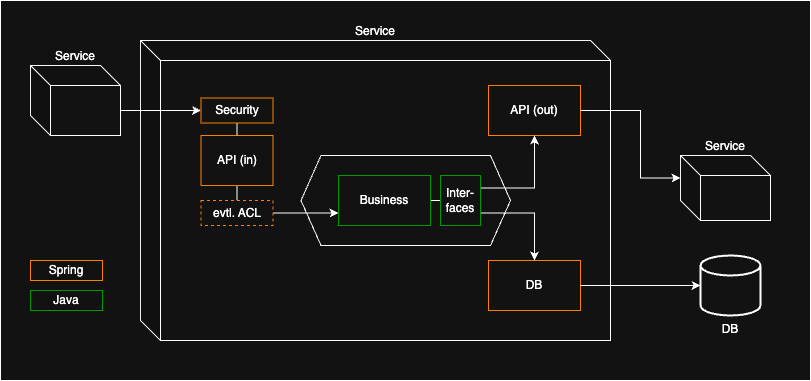
This is images/project-architecture-guide-step-5.drawio.png from coc-university/software-architecture-guide, a draw.io export, as it was before one commit. Source tidied: cells renumbered, new cells last; positions are measured from the earlier drawing's top-left corner, leaving out a move shared by most shapes. Its diagram source:
```xml
<mxGraphModel>
  <root>
    <mxCell id="0" />
    <mxCell id="1" parent="0" />
    <mxCell id="2" style="rounded=0;whiteSpace=wrap;html=1;" parent="1" vertex="1">
      <mxGeometry width="810" height="380" as="geometry" />
    </mxCell>
    <mxCell id="3" value="Service" style="shape=cube;whiteSpace=wrap;html=1;boundedLbl=1;backgroundOutline=1;darkOpacity=0.05;darkOpacity2=0.1;labelPosition=center;verticalLabelPosition=top;align=center;verticalAlign=bottom;" parent="1" vertex="1">
      <mxGeometry x="140" y="40" width="470" height="300" as="geometry" />
    </mxCell>
    <mxCell id="4" style="shape=hexagon;perimeter=hexagonPerimeter2;whiteSpace=wrap;html=1;fixedSize=1;" parent="1" vertex="1">
      <mxGeometry x="300.5" y="155" width="209.5" height="90" as="geometry" />
    </mxCell>
    <mxCell id="5" style="edgeStyle=orthogonalEdgeStyle;rounded=0;jettySize=auto;html=1;exitX=0.5;exitY=1;exitDx=0;exitDy=0;entryX=0.5;entryY=0;entryDx=0;entryDy=0;endArrow=none;startFill=0;" parent="1" edge="1" source="6" target="21">
      <mxGeometry relative="1" as="geometry" />
    </mxCell>
    <mxCell id="6" value="API (in)" style="rounded=0;whiteSpace=wrap;html=1;labelPosition=center;verticalLabelPosition=middle;align=center;verticalAlign=middle;strokeColor=light-dark(#000000,#FF8000);" parent="1" vertex="1">
      <mxGeometry x="200.5" y="135" width="72" height="50" as="geometry" />
    </mxCell>
    <mxCell id="7" value="API (out)" style="rounded=0;whiteSpace=wrap;html=1;labelPosition=center;verticalLabelPosition=middle;align=center;verticalAlign=middle;strokeColor=light-dark(#000000,#FF8000);" parent="1" vertex="1">
      <mxGeometry x="488" y="85" width="92" height="50" as="geometry" />
    </mxCell>
    <mxCell id="8" style="edgeStyle=orthogonalEdgeStyle;rounded=0;jettySize=auto;html=1;exitX=1;exitY=0.5;exitDx=0;exitDy=0;entryX=0;entryY=0.5;entryDx=0;entryDy=0;endArrow=none;startFill=0;" parent="1" edge="1" source="9" target="19">
      <mxGeometry relative="1" as="geometry" />
    </mxCell>
    <mxCell id="9" value="Business" style="rounded=0;whiteSpace=wrap;html=1;labelPosition=center;verticalLabelPosition=middle;align=center;verticalAlign=middle;strokeColor=light-dark(#000000,#009900);" parent="1" vertex="1">
      <mxGeometry x="338" y="175" width="92" height="50" as="geometry" />
    </mxCell>
    <mxCell id="10" value="DB" style="rounded=0;whiteSpace=wrap;html=1;labelPosition=center;verticalLabelPosition=middle;align=center;verticalAlign=middle;strokeColor=light-dark(#000000,#FF8000);" parent="1" vertex="1">
      <mxGeometry x="488" y="260" width="92" height="50" as="geometry" />
    </mxCell>
    <mxCell id="11" value="Service" style="shape=cube;whiteSpace=wrap;html=1;boundedLbl=1;backgroundOutline=1;darkOpacity=0.05;darkOpacity2=0.1;labelPosition=center;verticalLabelPosition=top;align=center;verticalAlign=bottom;" parent="1" vertex="1">
      <mxGeometry x="680" y="155" width="90" height="65" as="geometry" />
    </mxCell>
    <mxCell id="12" value="DB" style="strokeWidth=2;html=1;shape=mxgraph.flowchart.database;whiteSpace=wrap;labelPosition=center;verticalLabelPosition=bottom;align=center;verticalAlign=top;" parent="1" vertex="1">
      <mxGeometry x="700" y="255" width="60" height="60" as="geometry" />
    </mxCell>
    <mxCell id="13" style="edgeStyle=orthogonalEdgeStyle;rounded=0;jettySize=auto;html=1;exitX=1;exitY=0.5;exitDx=0;exitDy=0;entryX=0;entryY=0.5;entryDx=0;entryDy=0;entryPerimeter=0;" parent="1" edge="1" source="10" target="12">
      <mxGeometry relative="1" as="geometry" />
    </mxCell>
    <mxCell id="14" style="edgeStyle=orthogonalEdgeStyle;rounded=0;jettySize=auto;html=1;exitX=1;exitY=0.5;exitDx=0;exitDy=0;entryX=0;entryY=0;entryDx=0;entryDy=22.5;entryPerimeter=0;" parent="1" edge="1" source="7" target="11">
      <mxGeometry relative="1" as="geometry">
        <Array as="points">
          <mxPoint x="640" y="110" />
          <mxPoint x="640" y="178" />
          <mxPoint x="680" y="178" />
        </Array>
      </mxGeometry>
    </mxCell>
    <mxCell id="15" style="edgeStyle=orthogonalEdgeStyle;rounded=0;jettySize=auto;html=1;exitX=0;exitY=0;exitDx=90;exitDy=45;exitPerimeter=0;entryX=0;entryY=0.5;entryDx=0;entryDy=0;" parent="1" edge="1" source="16" target="23">
      <mxGeometry relative="1" as="geometry" />
    </mxCell>
    <mxCell id="16" value="Service" style="shape=cube;whiteSpace=wrap;html=1;boundedLbl=1;backgroundOutline=1;darkOpacity=0.05;darkOpacity2=0.1;labelPosition=center;verticalLabelPosition=top;align=center;verticalAlign=bottom;" parent="1" vertex="1">
      <mxGeometry x="30" y="65" width="90" height="70" as="geometry" />
    </mxCell>
    <mxCell id="17" style="edgeStyle=orthogonalEdgeStyle;rounded=0;jettySize=auto;html=1;exitX=1;exitY=0.25;exitDx=0;exitDy=0;entryX=0.5;entryY=1;entryDx=0;entryDy=0;" parent="1" edge="1" source="19" target="7">
      <mxGeometry relative="1" as="geometry" />
    </mxCell>
    <mxCell id="18" style="edgeStyle=orthogonalEdgeStyle;rounded=0;jettySize=auto;html=1;exitX=1;exitY=0.75;exitDx=0;exitDy=0;entryX=0.5;entryY=0;entryDx=0;entryDy=0;" parent="1" edge="1" source="19" target="10">
      <mxGeometry relative="1" as="geometry" />
    </mxCell>
    <mxCell id="19" value="Inter-&lt;div&gt;faces&lt;/div&gt;" style="rounded=0;whiteSpace=wrap;html=1;labelPosition=center;verticalLabelPosition=middle;align=center;verticalAlign=middle;strokeColor=light-dark(#000000,#009900);" parent="1" vertex="1">
      <mxGeometry x="440" y="175" width="40" height="50" as="geometry" />
    </mxCell>
    <mxCell id="20" style="edgeStyle=orthogonalEdgeStyle;rounded=0;jettySize=auto;html=1;exitX=1;exitY=0.5;exitDx=0;exitDy=0;entryX=0;entryY=0.75;entryDx=0;entryDy=0;" parent="1" edge="1" source="21" target="9">
      <mxGeometry relative="1" as="geometry" />
    </mxCell>
    <mxCell id="21" value="evtl. ACL" style="rounded=0;whiteSpace=wrap;html=1;labelPosition=center;verticalLabelPosition=middle;align=center;verticalAlign=middle;strokeColor=light-dark(#000000,#FF8000);dashed=1;" parent="1" vertex="1">
      <mxGeometry x="200.5" y="200" width="72" height="25" as="geometry" />
    </mxCell>
    <mxCell id="22" style="edgeStyle=orthogonalEdgeStyle;rounded=0;jettySize=auto;html=1;exitX=0.5;exitY=1;exitDx=0;exitDy=0;entryX=0.5;entryY=0;entryDx=0;entryDy=0;endArrow=none;startFill=0;" parent="1" edge="1" source="23" target="6">
      <mxGeometry relative="1" as="geometry" />
    </mxCell>
    <mxCell id="23" value="Security" style="rounded=0;whiteSpace=wrap;html=1;labelPosition=center;verticalLabelPosition=middle;align=center;verticalAlign=middle;strokeColor=light-dark(#000000,#FF8000);" parent="1" vertex="1">
      <mxGeometry x="200.5" y="97.5" width="72" height="25" as="geometry" />
    </mxCell>
    <mxCell id="24" value="Spring" style="rounded=0;whiteSpace=wrap;html=1;labelPosition=center;verticalLabelPosition=middle;align=center;verticalAlign=middle;strokeColor=light-dark(#000000,#FF8000);" parent="1" vertex="1">
      <mxGeometry x="30" y="260" width="72" height="20" as="geometry" />
    </mxCell>
    <mxCell id="25" value="Java" style="rounded=0;whiteSpace=wrap;html=1;labelPosition=center;verticalLabelPosition=middle;align=center;verticalAlign=middle;strokeColor=light-dark(#000000,#009900);" parent="1" vertex="1">
      <mxGeometry x="30" y="290" width="72" height="20" as="geometry" />
    </mxCell>
  </root>
</mxGraphModel>
```
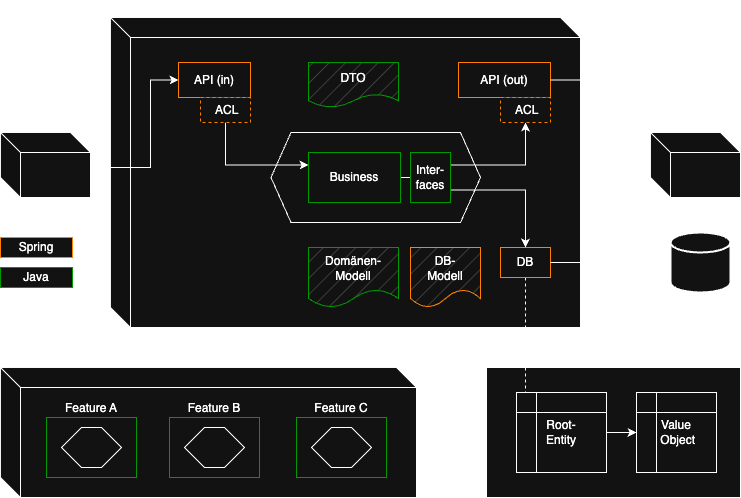
The same file after the commit.

Diff of the diagram source:
```diff
@@ -2,23 +2,20 @@
   <root>
     <mxCell id="0" />
     <mxCell id="1" parent="0" />
-    <mxCell id="2" style="rounded=0;whiteSpace=wrap;html=1;" parent="1" vertex="1">
-      <mxGeometry width="810" height="380" as="geometry" />
-    </mxCell>
-    <mxCell id="3" value="Service" style="shape=cube;whiteSpace=wrap;html=1;boundedLbl=1;backgroundOutline=1;darkOpacity=0.05;darkOpacity2=0.1;labelPosition=center;verticalLabelPosition=top;align=center;verticalAlign=bottom;" parent="1" vertex="1">
-      <mxGeometry x="140" y="40" width="470" height="300" as="geometry" />
-    </mxCell>
-    <mxCell id="4" style="shape=hexagon;perimeter=hexagonPerimeter2;whiteSpace=wrap;html=1;fixedSize=1;" parent="1" vertex="1">
-      <mxGeometry x="300.5" y="155" width="209.5" height="90" as="geometry" />
-    </mxCell>
-    <mxCell id="5" style="edgeStyle=orthogonalEdgeStyle;rounded=0;jettySize=auto;html=1;exitX=0.5;exitY=1;exitDx=0;exitDy=0;entryX=0.5;entryY=0;entryDx=0;entryDy=0;endArrow=none;startFill=0;" parent="1" edge="1" source="6" target="21">
-      <mxGeometry relative="1" as="geometry" />
-    </mxCell>
+    <mxCell id="26" value="Aggregate" style="rounded=0;whiteSpace=wrap;html=1;labelPosition=center;verticalLabelPosition=top;align=center;verticalAlign=bottom;" parent="1" vertex="1">
+      <mxGeometry x="516" y="390" width="254" height="130" as="geometry" />
+    </mxCell>
+    <mxCell id="27" value="Service" style="shape=cube;whiteSpace=wrap;html=1;boundedLbl=1;backgroundOutline=1;darkOpacity=0.05;darkOpacity2=0.1;labelPosition=center;verticalLabelPosition=top;align=center;verticalAlign=bottom;" parent="1" vertex="1">
+      <mxGeometry x="140" y="40" width="470" height="310" as="geometry" />
+    </mxCell>
+    <mxCell id="28" style="shape=hexagon;perimeter=hexagonPerimeter2;whiteSpace=wrap;html=1;fixedSize=1;" parent="1" vertex="1">
+      <mxGeometry x="300.5" y="155" width="209.5" height="90" as="geometry" />
+    </mxCell>
     <mxCell id="6" value="API (in)" style="rounded=0;whiteSpace=wrap;html=1;labelPosition=center;verticalLabelPosition=middle;align=center;verticalAlign=middle;strokeColor=light-dark(#000000,#FF8000);" parent="1" vertex="1">
-      <mxGeometry x="200.5" y="135" width="72" height="50" as="geometry" />
+      <mxGeometry x="208" y="85" width="72" height="35" as="geometry" />
     </mxCell>
     <mxCell id="7" value="API (out)" style="rounded=0;whiteSpace=wrap;html=1;labelPosition=center;verticalLabelPosition=middle;align=center;verticalAlign=middle;strokeColor=light-dark(#000000,#FF8000);" parent="1" vertex="1">
-      <mxGeometry x="488" y="85" width="92" height="50" as="geometry" />
+      <mxGeometry x="488" y="85" width="92" height="35" as="geometry" />
     </mxCell>
     <mxCell id="8" style="edgeStyle=orthogonalEdgeStyle;rounded=0;jettySize=auto;html=1;exitX=1;exitY=0.5;exitDx=0;exitDy=0;entryX=0;entryY=0.5;entryDx=0;entryDy=0;endArrow=none;startFill=0;" parent="1" edge="1" source="9" target="19">
       <mxGeometry relative="1" as="geometry" />
@@ -26,59 +23,106 @@
     <mxCell id="9" value="Business" style="rounded=0;whiteSpace=wrap;html=1;labelPosition=center;verticalLabelPosition=middle;align=center;verticalAlign=middle;strokeColor=light-dark(#000000,#009900);" parent="1" vertex="1">
       <mxGeometry x="338" y="175" width="92" height="50" as="geometry" />
     </mxCell>
+    <mxCell id="29" style="edgeStyle=orthogonalEdgeStyle;rounded=0;jettySize=auto;html=1;exitX=0.5;exitY=1;exitDx=0;exitDy=0;entryX=0.25;entryY=0;entryDx=0;entryDy=0;endArrow=none;startFill=0;dashed=1;" parent="1" edge="1" source="10" target="43">
+      <mxGeometry relative="1" as="geometry">
+        <Array as="points">
+          <mxPoint x="555" y="415" />
+        </Array>
+      </mxGeometry>
+    </mxCell>
     <mxCell id="10" value="DB" style="rounded=0;whiteSpace=wrap;html=1;labelPosition=center;verticalLabelPosition=middle;align=center;verticalAlign=middle;strokeColor=light-dark(#000000,#FF8000);" parent="1" vertex="1">
-      <mxGeometry x="488" y="260" width="92" height="50" as="geometry" />
+      <mxGeometry x="530" y="270" width="50" height="30" as="geometry" />
     </mxCell>
-    <mxCell id="11" value="Service" style="shape=cube;whiteSpace=wrap;html=1;boundedLbl=1;backgroundOutline=1;darkOpacity=0.05;darkOpacity2=0.1;labelPosition=center;verticalLabelPosition=top;align=center;verticalAlign=bottom;" parent="1" vertex="1">
-      <mxGeometry x="680" y="155" width="90" height="65" as="geometry" />
-    </mxCell>
+    <mxCell id="30" value="Service" style="shape=cube;whiteSpace=wrap;html=1;boundedLbl=1;backgroundOutline=1;darkOpacity=0.05;darkOpacity2=0.1;labelPosition=center;verticalLabelPosition=top;align=center;verticalAlign=bottom;" parent="1" vertex="1">
+      <mxGeometry x="680" y="155" width="90" height="65" as="geometry" />
+    </mxCell>
     <mxCell id="12" value="DB" style="strokeWidth=2;html=1;shape=mxgraph.flowchart.database;whiteSpace=wrap;labelPosition=center;verticalLabelPosition=bottom;align=center;verticalAlign=top;" parent="1" vertex="1">
       <mxGeometry x="700" y="255" width="60" height="60" as="geometry" />
     </mxCell>
     <mxCell id="13" style="edgeStyle=orthogonalEdgeStyle;rounded=0;jettySize=auto;html=1;exitX=1;exitY=0.5;exitDx=0;exitDy=0;entryX=0;entryY=0.5;entryDx=0;entryDy=0;entryPerimeter=0;" parent="1" edge="1" source="10" target="12">
       <mxGeometry relative="1" as="geometry" />
     </mxCell>
-    <mxCell id="14" style="edgeStyle=orthogonalEdgeStyle;rounded=0;jettySize=auto;html=1;exitX=1;exitY=0.5;exitDx=0;exitDy=0;entryX=0;entryY=0;entryDx=0;entryDy=22.5;entryPerimeter=0;" parent="1" edge="1" source="7" target="11">
-      <mxGeometry relative="1" as="geometry">
-        <Array as="points">
-          <mxPoint x="640" y="110" />
-          <mxPoint x="640" y="178" />
-          <mxPoint x="680" y="178" />
-        </Array>
-      </mxGeometry>
-    </mxCell>
-    <mxCell id="15" style="edgeStyle=orthogonalEdgeStyle;rounded=0;jettySize=auto;html=1;exitX=0;exitY=0;exitDx=90;exitDy=45;exitPerimeter=0;entryX=0;entryY=0.5;entryDx=0;entryDy=0;" parent="1" edge="1" source="16" target="23">
-      <mxGeometry relative="1" as="geometry" />
-    </mxCell>
-    <mxCell id="16" value="Service" style="shape=cube;whiteSpace=wrap;html=1;boundedLbl=1;backgroundOutline=1;darkOpacity=0.05;darkOpacity2=0.1;labelPosition=center;verticalLabelPosition=top;align=center;verticalAlign=bottom;" parent="1" vertex="1">
-      <mxGeometry x="30" y="65" width="90" height="70" as="geometry" />
-    </mxCell>
-    <mxCell id="17" style="edgeStyle=orthogonalEdgeStyle;rounded=0;jettySize=auto;html=1;exitX=1;exitY=0.25;exitDx=0;exitDy=0;entryX=0.5;entryY=1;entryDx=0;entryDy=0;" parent="1" edge="1" source="19" target="7">
-      <mxGeometry relative="1" as="geometry" />
-    </mxCell>
+    <mxCell id="31" style="edgeStyle=orthogonalEdgeStyle;rounded=0;jettySize=auto;html=1;exitX=1;exitY=0.5;exitDx=0;exitDy=0;entryX=0;entryY=0;entryDx=0;entryDy=22.5;entryPerimeter=0;" parent="1" edge="1" source="7" target="30">
+      <mxGeometry relative="1" as="geometry">
+        <Array as="points">
+          <mxPoint x="650" y="103" />
+          <mxPoint x="650" y="178" />
+        </Array>
+      </mxGeometry>
+    </mxCell>
+    <mxCell id="32" style="edgeStyle=orthogonalEdgeStyle;rounded=0;jettySize=auto;html=1;exitX=0;exitY=0;exitDx=90;exitDy=45;exitPerimeter=0;entryX=0;entryY=0.5;entryDx=0;entryDy=0;" parent="1" edge="1" source="33" target="6">
+      <mxGeometry relative="1" as="geometry">
+        <Array as="points">
+          <mxPoint x="180" y="190" />
+          <mxPoint x="180" y="102" />
+        </Array>
+      </mxGeometry>
+    </mxCell>
+    <mxCell id="33" value="Service" style="shape=cube;whiteSpace=wrap;html=1;boundedLbl=1;backgroundOutline=1;darkOpacity=0.05;darkOpacity2=0.1;labelPosition=center;verticalLabelPosition=top;align=center;verticalAlign=bottom;" parent="1" vertex="1">
+      <mxGeometry x="30" y="155" width="90" height="65" as="geometry" />
+    </mxCell>
     <mxCell id="18" style="edgeStyle=orthogonalEdgeStyle;rounded=0;jettySize=auto;html=1;exitX=1;exitY=0.75;exitDx=0;exitDy=0;entryX=0.5;entryY=0;entryDx=0;entryDy=0;" parent="1" edge="1" source="19" target="10">
       <mxGeometry relative="1" as="geometry" />
     </mxCell>
+    <mxCell id="34" style="edgeStyle=orthogonalEdgeStyle;rounded=0;jettySize=auto;html=1;exitX=1;exitY=0.25;exitDx=0;exitDy=0;" parent="1" edge="1" source="19" target="36">
+      <mxGeometry relative="1" as="geometry" />
+    </mxCell>
     <mxCell id="19" value="Inter-&lt;div&gt;faces&lt;/div&gt;" style="rounded=0;whiteSpace=wrap;html=1;labelPosition=center;verticalLabelPosition=middle;align=center;verticalAlign=middle;strokeColor=light-dark(#000000,#009900);" parent="1" vertex="1">
       <mxGeometry x="440" y="175" width="40" height="50" as="geometry" />
     </mxCell>
-    <mxCell id="20" style="edgeStyle=orthogonalEdgeStyle;rounded=0;jettySize=auto;html=1;exitX=1;exitY=0.5;exitDx=0;exitDy=0;entryX=0;entryY=0.75;entryDx=0;entryDy=0;" parent="1" edge="1" source="21" target="9">
-      <mxGeometry relative="1" as="geometry" />
-    </mxCell>
-    <mxCell id="21" value="evtl. ACL" style="rounded=0;whiteSpace=wrap;html=1;labelPosition=center;verticalLabelPosition=middle;align=center;verticalAlign=middle;strokeColor=light-dark(#000000,#FF8000);dashed=1;" parent="1" vertex="1">
-      <mxGeometry x="200.5" y="200" width="72" height="25" as="geometry" />
-    </mxCell>
-    <mxCell id="22" style="edgeStyle=orthogonalEdgeStyle;rounded=0;jettySize=auto;html=1;exitX=0.5;exitY=1;exitDx=0;exitDy=0;entryX=0.5;entryY=0;entryDx=0;entryDy=0;endArrow=none;startFill=0;" parent="1" edge="1" source="23" target="6">
-      <mxGeometry relative="1" as="geometry" />
-    </mxCell>
-    <mxCell id="23" value="Security" style="rounded=0;whiteSpace=wrap;html=1;labelPosition=center;verticalLabelPosition=middle;align=center;verticalAlign=middle;strokeColor=light-dark(#000000,#FF8000);" parent="1" vertex="1">
-      <mxGeometry x="200.5" y="97.5" width="72" height="25" as="geometry" />
-    </mxCell>
     <mxCell id="24" value="Spring" style="rounded=0;whiteSpace=wrap;html=1;labelPosition=center;verticalLabelPosition=middle;align=center;verticalAlign=middle;strokeColor=light-dark(#000000,#FF8000);" parent="1" vertex="1">
       <mxGeometry x="30" y="260" width="72" height="20" as="geometry" />
     </mxCell>
     <mxCell id="25" value="Java" style="rounded=0;whiteSpace=wrap;html=1;labelPosition=center;verticalLabelPosition=middle;align=center;verticalAlign=middle;strokeColor=light-dark(#000000,#009900);" parent="1" vertex="1">
       <mxGeometry x="30" y="290" width="72" height="20" as="geometry" />
     </mxCell>
+    <mxCell id="35" value="Domänen-Modell" style="shape=document;whiteSpace=wrap;html=1;boundedLbl=1;strokeColor=light-dark(#000000,#009900);fillStyle=hatch;fillColor=#4D4D4D;" parent="1" vertex="1">
+      <mxGeometry x="338" y="270" width="90" height="60" as="geometry" />
+    </mxCell>
+    <mxCell id="36" value="&amp;nbsp;&lt;span style=&quot;background-color: transparent; color: light-dark(rgb(0, 0, 0), rgb(255, 255, 255));&quot;&gt;ACL&lt;/span&gt;" style="rounded=0;whiteSpace=wrap;html=1;labelPosition=center;verticalLabelPosition=middle;align=center;verticalAlign=middle;strokeColor=light-dark(#000000,#FF8000);dashed=1;" parent="1" vertex="1">
+      <mxGeometry x="530" y="120" width="50" height="25" as="geometry" />
+    </mxCell>
+    <mxCell id="37" style="edgeStyle=orthogonalEdgeStyle;rounded=0;jettySize=auto;html=1;exitX=0.5;exitY=1;exitDx=0;exitDy=0;entryX=0;entryY=0.25;entryDx=0;entryDy=0;" parent="1" edge="1" source="38" target="9">
+      <mxGeometry relative="1" as="geometry" />
+    </mxCell>
+    <mxCell id="38" value="&amp;nbsp;&lt;span style=&quot;background-color: transparent; color: light-dark(rgb(0, 0, 0), rgb(255, 255, 255));&quot;&gt;ACL&lt;/span&gt;" style="rounded=0;whiteSpace=wrap;html=1;labelPosition=center;verticalLabelPosition=middle;align=center;verticalAlign=middle;strokeColor=light-dark(#000000,#FF8000);dashed=1;" parent="1" vertex="1">
+      <mxGeometry x="230" y="120" width="50" height="25" as="geometry" />
+    </mxCell>
+    <mxCell id="39" value="DTO" style="shape=document;whiteSpace=wrap;html=1;boundedLbl=1;strokeColor=light-dark(#000000,#009900);fillStyle=hatch;fillColor=#4D4D4D;" parent="1" vertex="1">
+      <mxGeometry x="338" y="85" width="90" height="45" as="geometry" />
+    </mxCell>
+    <mxCell id="40" value="DB-&lt;div&gt;Modell&lt;/div&gt;" style="shape=document;whiteSpace=wrap;html=1;boundedLbl=1;strokeColor=light-dark(#000000,#FF8000);fillStyle=hatch;fillColor=#4D4D4D;" parent="1" vertex="1">
+      <mxGeometry x="440" y="270" width="70" height="60" as="geometry" />
+    </mxCell>
+    <mxCell id="41" value="Value&lt;div&gt;&amp;nbsp;Object&lt;/div&gt;" style="shape=internalStorage;whiteSpace=wrap;html=1;backgroundOutline=1;" parent="1" vertex="1">
+      <mxGeometry x="666" y="415" width="80" height="80" as="geometry" />
+    </mxCell>
+    <mxCell id="42" style="edgeStyle=orthogonalEdgeStyle;rounded=0;jettySize=auto;html=1;exitX=1;exitY=0.5;exitDx=0;exitDy=0;entryX=0;entryY=0.5;entryDx=0;entryDy=0;" parent="1" edge="1" source="43" target="41">
+      <mxGeometry relative="1" as="geometry" />
+    </mxCell>
+    <mxCell id="43" value="&lt;div&gt;Root-&lt;/div&gt;&lt;div&gt;Entity&lt;/div&gt;" style="shape=internalStorage;whiteSpace=wrap;html=1;backgroundOutline=1;" parent="1" vertex="1">
+      <mxGeometry x="546" y="415" width="90" height="80" as="geometry" />
+    </mxCell>
+    <mxCell id="44" value="Service" style="shape=cube;whiteSpace=wrap;html=1;boundedLbl=1;backgroundOutline=1;darkOpacity=0.05;darkOpacity2=0.1;labelPosition=center;verticalLabelPosition=top;align=center;verticalAlign=bottom;" parent="1" vertex="1">
+      <mxGeometry x="30" y="390" width="416" height="130" as="geometry" />
+    </mxCell>
+    <mxCell id="45" value="Feature&amp;nbsp;&lt;span style=&quot;background-color: transparent; color: light-dark(rgb(0, 0, 0), rgb(255, 255, 255));&quot;&gt;B&lt;/span&gt;" style="rounded=0;whiteSpace=wrap;html=1;labelPosition=center;verticalLabelPosition=top;align=center;verticalAlign=bottom;strokeColor=light-dark(#000000,#009900);" parent="1" vertex="1">
+      <mxGeometry x="199" y="440" width="90" height="60" as="geometry" />
+    </mxCell>
+    <mxCell id="46" style="shape=hexagon;perimeter=hexagonPerimeter2;whiteSpace=wrap;html=1;fixedSize=1;" parent="1" vertex="1">
+      <mxGeometry x="214" y="450" width="60" height="40" as="geometry" />
+    </mxCell>
+    <mxCell id="47" value="Feature A" style="rounded=0;whiteSpace=wrap;html=1;labelPosition=center;verticalLabelPosition=top;align=center;verticalAlign=bottom;strokeColor=light-dark(#000000,#009900);" parent="1" vertex="1">
+      <mxGeometry x="76" y="440" width="90" height="60" as="geometry" />
+    </mxCell>
+    <mxCell id="48" style="shape=hexagon;perimeter=hexagonPerimeter2;whiteSpace=wrap;html=1;fixedSize=1;" parent="1" vertex="1">
+      <mxGeometry x="91" y="450" width="60" height="40" as="geometry" />
+    </mxCell>
+    <mxCell id="49" value="Feature C" style="rounded=0;whiteSpace=wrap;html=1;labelPosition=center;verticalLabelPosition=top;align=center;verticalAlign=bottom;strokeColor=light-dark(#000000,#009900);" parent="1" vertex="1">
+      <mxGeometry x="326" y="440" width="90" height="60" as="geometry" />
+    </mxCell>
+    <mxCell id="50" style="shape=hexagon;perimeter=hexagonPerimeter2;whiteSpace=wrap;html=1;fixedSize=1;" parent="1" vertex="1">
+      <mxGeometry x="341" y="450" width="60" height="40" as="geometry" />
+    </mxCell>
   </root>
 </mxGraphModel>
```
